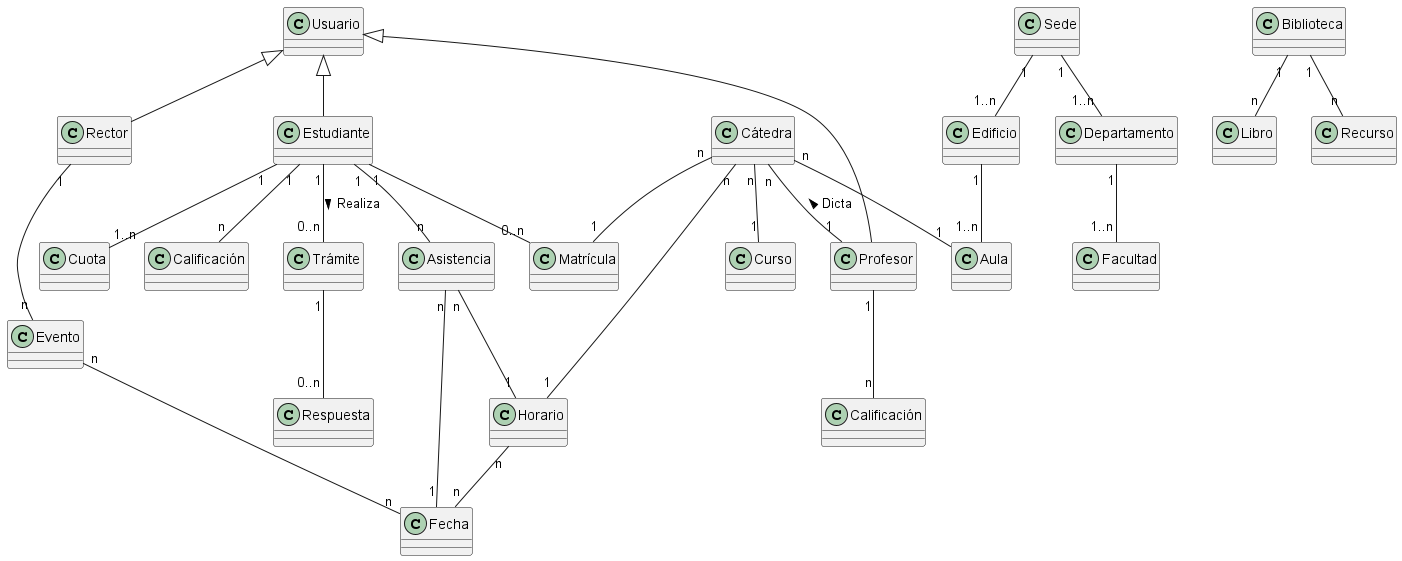
This is out/conceptual/Conceptual Academico.png from kristhyanlz/Conceptual-Academico, a PlantUML export, as it was before one commit. Its diagram source:
```plantuml
@startuml Conceptual Academico
class Usuario
class Profesor
class Estudiante

class Curso
class "Cátedra" as Catedra
class "Matrícula" as Matricula
class Horario
class Aula

class Asistencia

class "Trámite" as Tramite
class Respuesta
class "Calificación" as Calificacion
class Cuota
class Fecha

class Rector
class Evento

class Biblioteca
class Libro
class Recurso

Usuario <|-- Profesor
Usuario <|-- Estudiante
Usuario <|-- Rector

Estudiante "1" -- "0..n"  Tramite: Realiza >
Tramite "1" -- "0..n"     Respuesta
Estudiante "1" -- "n"     Calificación
Estudiante "1" -- "1..n"  Cuota
Estudiante "1" -- "0..n"  Matricula
Estudiante "1" -- "n"     Asistencia

Catedra "n" -- "1" Curso
Catedra "n" -- "1" Matricula
Catedra "n" -- "1" Profesor: Dicta <
Catedra "n" -- "1" Horario
Catedra "n" -- "1" Aula

Horario "n" -- "n" Fecha

Asistencia "n" -- "1" Horario
Asistencia "n" -- "1" Fecha

Profesor "1" -- "n" Calificacion

Rector "1" -- "n" Evento

Evento "n" -- "n" Fecha

Biblioteca "1" -- "n" Libro
Biblioteca "1" -- "n" Recurso

Sede "1" -- "1..n" Edificio
Sede "1" -- "1..n" Departamento
Departamento "1" -- "1..n" Facultad

Edificio "1" -- "1..n" Aula

@enduml
```
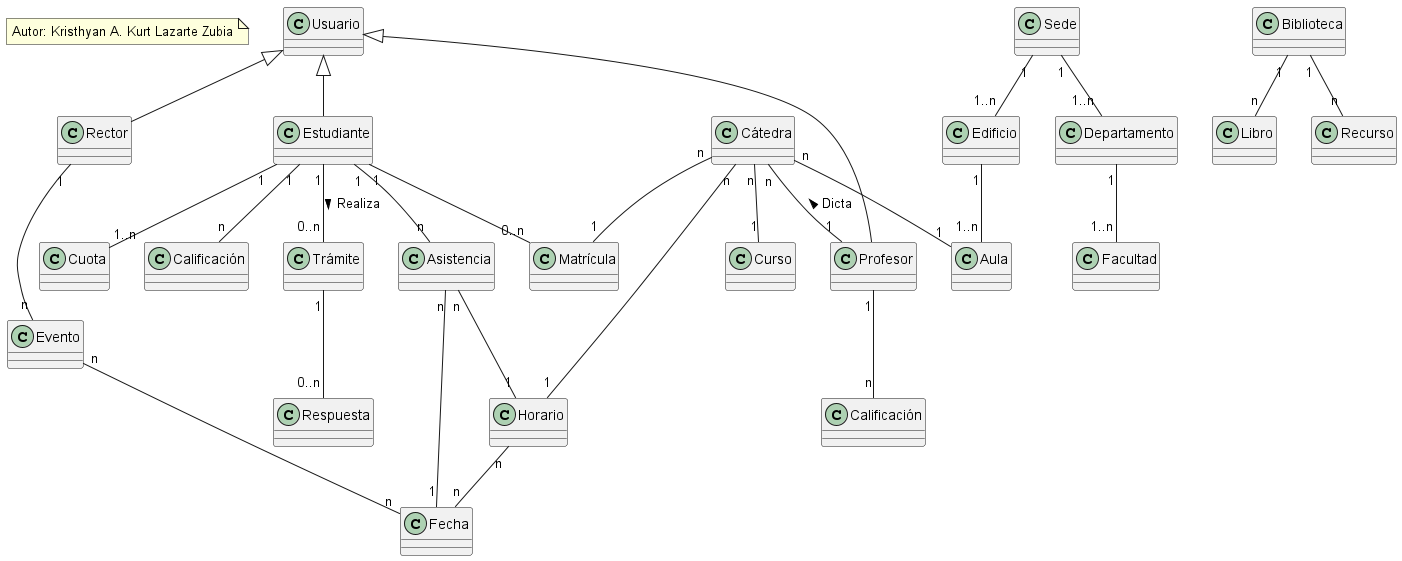
After the change.

Commit message:
Autor agregado

The edit, as a diff of the source:
```diff
@@ -1,4 +1,10 @@
 @startuml Conceptual Academico
+
+note as Autor
+Autor: Kristhyan A. Kurt Lazarte Zubia
+end note
+
+
 class Usuario
 class Profesor
 class Estudiante
```
